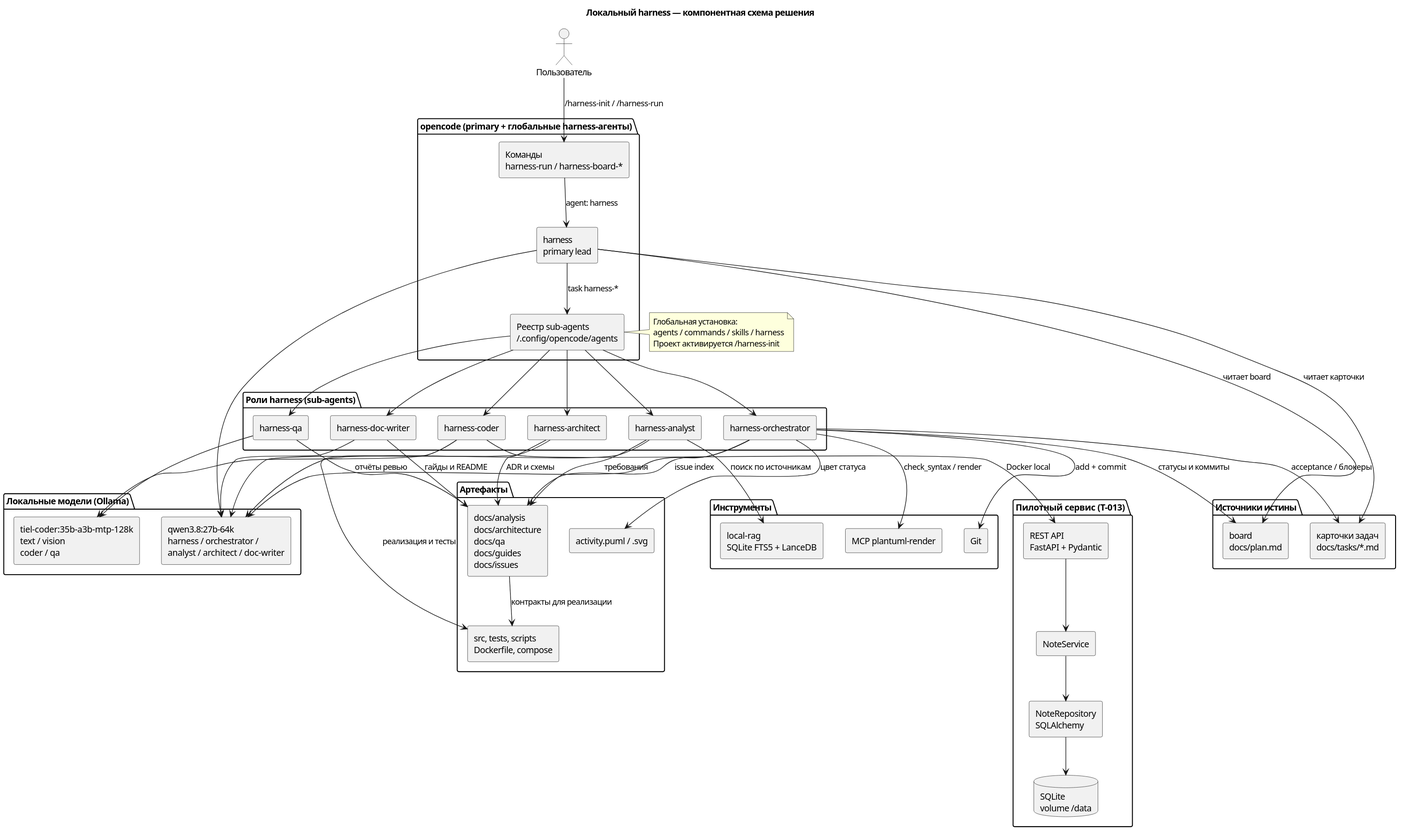
This is docs/description/diagrams/components-harness.svg from serge-sasov/harness, a PlantUML export, as it was before one commit.
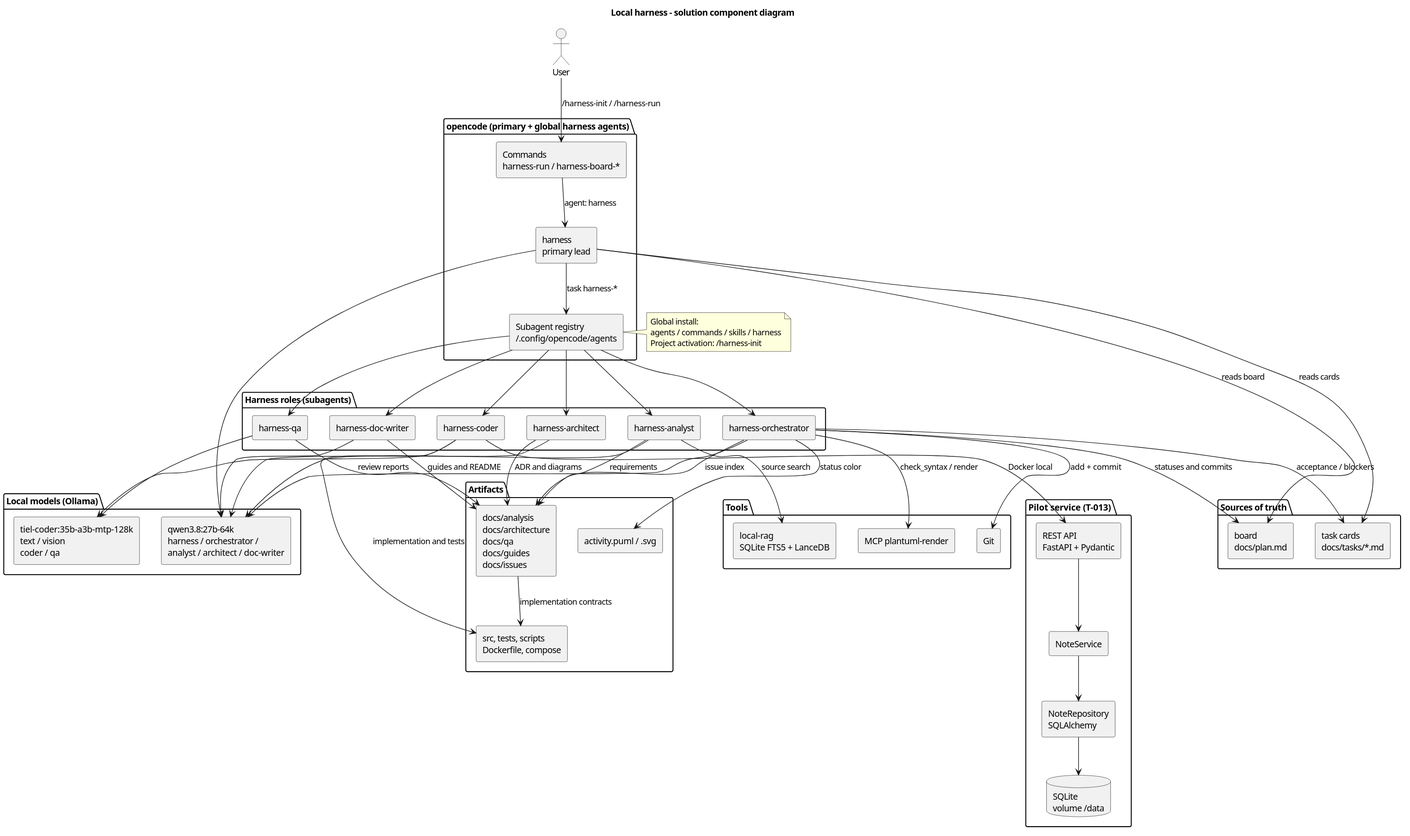
The same diagram one commit later.

What changed in the source:
```diff
@@ -1,17 +1,17 @@
 @startuml
 skinparam defaultFontName Segoe UI
 skinparam componentStyle rectangle
-title Локальный harness — компонентная схема решения
+title Local harness - solution component diagram
 
-actor "Пользователь" as user
+actor "User" as user
 
-package "opencode (primary + глобальные harness-агенты)" {
-  component "Команды\nharness-run / harness-board-*" as commands
+package "opencode (primary + global harness agents)" {
+  component "Commands\nharness-run / harness-board-*" as commands
   component "harness\nprimary lead" as lead
-  component "Реестр sub-agents\n~/.config/opencode/agents" as registry
+  component "Subagent registry\n~/.config/opencode/agents" as registry
 }
 
-package "Роли harness (sub-agents)" {
+package "Harness roles (subagents)" {
   component "harness-orchestrator" as orch
   component "harness-analyst" as analyst
   component "harness-architect" as architect
@@ -20,29 +20,29 @@
   component "harness-doc-writer" as docwriter
 }
 
-package "Локальные модели (Ollama)" {
+package "Local models (Ollama)" {
   component "qwen3.8:27b-64k\nharness / orchestrator /\nanalyst / architect / doc-writer" as qwen
   component "tiel-coder:35b-a3b-mtp-128k\ntext / vision\ncoder / qa" as tiel
 }
 
-package "Источники истины" {
+package "Sources of truth" {
   component "board\ndocs/plan.md" as board
-  component "карточки задач\ndocs/tasks/*.md" as cards
+  component "task cards\ndocs/tasks/*.md" as cards
 }
 
-package "Артефакты" {
+package "Artifacts" {
   component "docs/analysis\ndocs/architecture\ndocs/qa\ndocs/guides\ndocs/issues" as docs
   component "src, tests, scripts\nDockerfile, compose" as code
   component "activity.puml / .svg" as activity
 }
 
-package "Инструменты" {
+package "Tools" {
   component "MCP plantuml-render" as puml
   component "local-rag\nSQLite FTS5 + LanceDB" as rag
   component "Git" as git
 }
 
-package "Пилотный сервис (T-013)" {
+package "Pilot service (T-013)" {
   component "REST API\nFastAPI + Pydantic" as api
   component "NoteService" as svc
   component "NoteRepository\nSQLAlchemy" as repo
@@ -52,8 +52,8 @@
 user --> commands : /harness-init / /harness-run
 commands --> lead : agent: harness
 lead --> registry : task harness-*
-lead --> board : читает board
-lead --> cards : читает карточки
+lead --> board : reads board
+lead --> cards : reads cards
 lead --> qwen
 registry --> orch
 registry --> analyst
@@ -69,30 +69,30 @@
 coder --> tiel
 qa --> tiel
 
-orch --> board : статусы и коммиты
-orch --> cards : acceptance / блокеры
-orch --> activity : цвет статуса
+orch --> board : statuses and commits
+orch --> cards : acceptance / blockers
+orch --> activity : status color
 orch --> docs : issue index
 orch --> puml : check_syntax / render
 orch --> git : add + commit
 
-analyst --> rag : поиск по источникам
-analyst --> docs : требования
-architect --> docs : ADR и схемы
-qa --> docs : отчёты ревью
-docwriter --> docs : гайды и README
+analyst --> rag : source search
+analyst --> docs : requirements
+architect --> docs : ADR and diagrams
+qa --> docs : review reports
+docwriter --> docs : guides and README
 
-coder --> code : реализация и тесты
+coder --> code : implementation and tests
 coder --> api : Docker local
 api --> svc
 svc --> repo
 repo --> db
 
-docs --> code : контракты для реализации
+docs --> code : implementation contracts
 
 note right of registry
-  Глобальная установка:
+  Global install:
   agents / commands / skills / harness
-  Проект активируется /harness-init
+  Project activation: /harness-init
 end note
 @enduml
```
